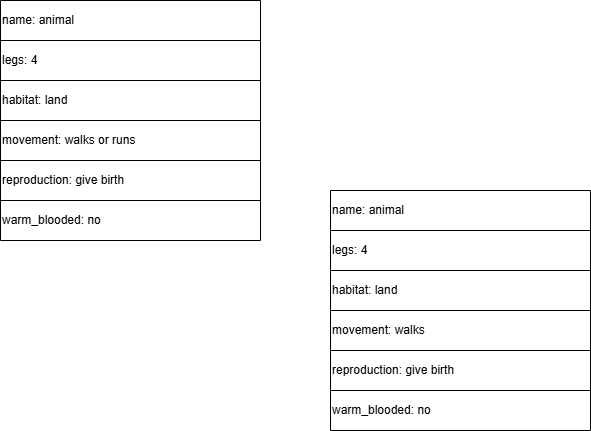
Above: Intelligent System/myFrame.drawio.png in another4433/another4433 (draw.io), before the change. Source tidied: cells renumbered, new cells last; positions are measured from the earlier drawing's top-left corner, leaving out a move shared by most shapes. Its diagram source:
```xml
<mxGraphModel>
  <root>
    <mxCell id="0" />
    <mxCell id="1" parent="0" />
    <mxCell id="2" style="shape=table;startSize=0;" parent="1" vertex="1">
      <mxGeometry width="260" height="240" as="geometry" />
    </mxCell>
    <mxCell id="3" style="shape=tableRow;horizontal=0;startSize=0;swimlaneHead=0;swimlaneBody=0;strokeColor=inherit;top=0;left=0;bottom=0;right=0;fillColor=none;points=[[0,0.5],[1,0.5]];portConstraint=eastwest;" parent="2" vertex="1">
      <mxGeometry width="260" height="40" as="geometry" />
    </mxCell>
    <mxCell id="4" value="name: animal" style="shape=partialRectangle;html=1;whiteSpace=wrap;strokeColor=inherit;overflow=hidden;fillColor=none;top=0;left=0;bottom=0;right=0;align=left;" parent="3" vertex="1">
      <mxGeometry width="260" height="40" as="geometry" />
    </mxCell>
    <mxCell id="5" style="shape=tableRow;horizontal=0;startSize=0;swimlaneHead=0;swimlaneBody=0;strokeColor=inherit;top=0;left=0;bottom=0;right=0;fillColor=none;" parent="2" vertex="1">
      <mxGeometry y="40" width="260" height="40" as="geometry" />
    </mxCell>
    <mxCell id="6" value="legs: 4" style="shape=partialRectangle;html=1;whiteSpace=wrap;strokeColor=inherit;overflow=hidden;fillColor=none;top=0;left=0;bottom=0;right=0;align=left;" parent="5" vertex="1">
      <mxGeometry width="260" height="40" as="geometry" />
    </mxCell>
    <mxCell id="7" style="shape=tableRow;horizontal=0;startSize=0;swimlaneHead=0;swimlaneBody=0;strokeColor=inherit;top=0;left=0;bottom=0;right=0;fillColor=none;" parent="2" vertex="1">
      <mxGeometry y="80" width="260" height="40" as="geometry" />
    </mxCell>
    <mxCell id="8" value="habitat: land" style="shape=partialRectangle;html=1;whiteSpace=wrap;strokeColor=inherit;overflow=hidden;fillColor=none;top=0;left=0;bottom=0;right=0;align=left;" parent="7" vertex="1">
      <mxGeometry width="260" height="40" as="geometry" />
    </mxCell>
    <mxCell id="9" style="shape=tableRow;horizontal=0;startSize=0;swimlaneHead=0;swimlaneBody=0;strokeColor=inherit;top=0;left=0;bottom=0;right=0;fillColor=none;" parent="2" vertex="1">
      <mxGeometry y="120" width="260" height="40" as="geometry" />
    </mxCell>
    <mxCell id="10" value="movement: walks or runs" style="shape=partialRectangle;html=1;whiteSpace=wrap;strokeColor=inherit;overflow=hidden;fillColor=none;top=0;left=0;bottom=0;right=0;align=left;" parent="9" vertex="1">
      <mxGeometry width="260" height="40" as="geometry" />
    </mxCell>
    <mxCell id="11" style="shape=tableRow;horizontal=0;startSize=0;swimlaneHead=0;swimlaneBody=0;strokeColor=inherit;top=0;left=0;bottom=0;right=0;fillColor=none;" parent="2" vertex="1">
      <mxGeometry y="160" width="260" height="40" as="geometry" />
    </mxCell>
    <mxCell id="12" value="reproduction: give birth" style="shape=partialRectangle;html=1;whiteSpace=wrap;strokeColor=inherit;overflow=hidden;fillColor=none;top=0;left=0;bottom=0;right=0;align=left;" parent="11" vertex="1">
      <mxGeometry width="260" height="40" as="geometry" />
    </mxCell>
    <mxCell id="13" style="shape=tableRow;horizontal=0;startSize=0;swimlaneHead=0;swimlaneBody=0;strokeColor=inherit;top=0;left=0;bottom=0;right=0;fillColor=none;" parent="2" vertex="1">
      <mxGeometry y="200" width="260" height="40" as="geometry" />
    </mxCell>
    <mxCell id="14" value="warm_blooded: no" style="shape=partialRectangle;html=1;whiteSpace=wrap;strokeColor=inherit;overflow=hidden;fillColor=none;top=0;left=0;bottom=0;right=0;align=left;" parent="13" vertex="1">
      <mxGeometry width="260" height="40" as="geometry" />
    </mxCell>
    <mxCell id="15" style="shape=table;startSize=0;" parent="1" vertex="1">
      <mxGeometry x="330" y="190" width="260" height="240" as="geometry" />
    </mxCell>
    <mxCell id="16" style="shape=tableRow;horizontal=0;startSize=0;swimlaneHead=0;swimlaneBody=0;strokeColor=inherit;top=0;left=0;bottom=0;right=0;fillColor=none;points=[[0,0.5],[1,0.5]];portConstraint=eastwest;" parent="15" vertex="1">
      <mxGeometry width="260" height="40" as="geometry" />
    </mxCell>
    <mxCell id="17" value="name: animal" style="shape=partialRectangle;html=1;whiteSpace=wrap;strokeColor=inherit;overflow=hidden;fillColor=none;top=0;left=0;bottom=0;right=0;align=left;" parent="16" vertex="1">
      <mxGeometry width="260" height="40" as="geometry" />
    </mxCell>
    <mxCell id="18" style="shape=tableRow;horizontal=0;startSize=0;swimlaneHead=0;swimlaneBody=0;strokeColor=inherit;top=0;left=0;bottom=0;right=0;fillColor=none;" parent="15" vertex="1">
      <mxGeometry y="40" width="260" height="40" as="geometry" />
    </mxCell>
    <mxCell id="19" value="legs: 4" style="shape=partialRectangle;html=1;whiteSpace=wrap;strokeColor=inherit;overflow=hidden;fillColor=none;top=0;left=0;bottom=0;right=0;align=left;" parent="18" vertex="1">
      <mxGeometry width="260" height="40" as="geometry" />
    </mxCell>
    <mxCell id="20" style="shape=tableRow;horizontal=0;startSize=0;swimlaneHead=0;swimlaneBody=0;strokeColor=inherit;top=0;left=0;bottom=0;right=0;fillColor=none;" parent="15" vertex="1">
      <mxGeometry y="80" width="260" height="40" as="geometry" />
    </mxCell>
    <mxCell id="21" value="habitat: land" style="shape=partialRectangle;html=1;whiteSpace=wrap;strokeColor=inherit;overflow=hidden;fillColor=none;top=0;left=0;bottom=0;right=0;align=left;" parent="20" vertex="1">
      <mxGeometry width="260" height="40" as="geometry" />
    </mxCell>
    <mxCell id="22" style="shape=tableRow;horizontal=0;startSize=0;swimlaneHead=0;swimlaneBody=0;strokeColor=inherit;top=0;left=0;bottom=0;right=0;fillColor=none;" parent="15" vertex="1">
      <mxGeometry y="120" width="260" height="40" as="geometry" />
    </mxCell>
    <mxCell id="23" value="movement: walks" style="shape=partialRectangle;html=1;whiteSpace=wrap;strokeColor=inherit;overflow=hidden;fillColor=none;top=0;left=0;bottom=0;right=0;align=left;" parent="22" vertex="1">
      <mxGeometry width="260" height="40" as="geometry" />
    </mxCell>
    <mxCell id="24" style="shape=tableRow;horizontal=0;startSize=0;swimlaneHead=0;swimlaneBody=0;strokeColor=inherit;top=0;left=0;bottom=0;right=0;fillColor=none;" parent="15" vertex="1">
      <mxGeometry y="160" width="260" height="40" as="geometry" />
    </mxCell>
    <mxCell id="25" value="reproduction: give birth" style="shape=partialRectangle;html=1;whiteSpace=wrap;strokeColor=inherit;overflow=hidden;fillColor=none;top=0;left=0;bottom=0;right=0;align=left;" parent="24" vertex="1">
      <mxGeometry width="260" height="40" as="geometry" />
    </mxCell>
    <mxCell id="26" style="shape=tableRow;horizontal=0;startSize=0;swimlaneHead=0;swimlaneBody=0;strokeColor=inherit;top=0;left=0;bottom=0;right=0;fillColor=none;" parent="15" vertex="1">
      <mxGeometry y="200" width="260" height="40" as="geometry" />
    </mxCell>
    <mxCell id="27" value="warm_blooded: no" style="shape=partialRectangle;html=1;whiteSpace=wrap;strokeColor=inherit;overflow=hidden;fillColor=none;top=0;left=0;bottom=0;right=0;align=left;" parent="26" vertex="1">
      <mxGeometry width="260" height="40" as="geometry" />
    </mxCell>
  </root>
</mxGraphModel>
```
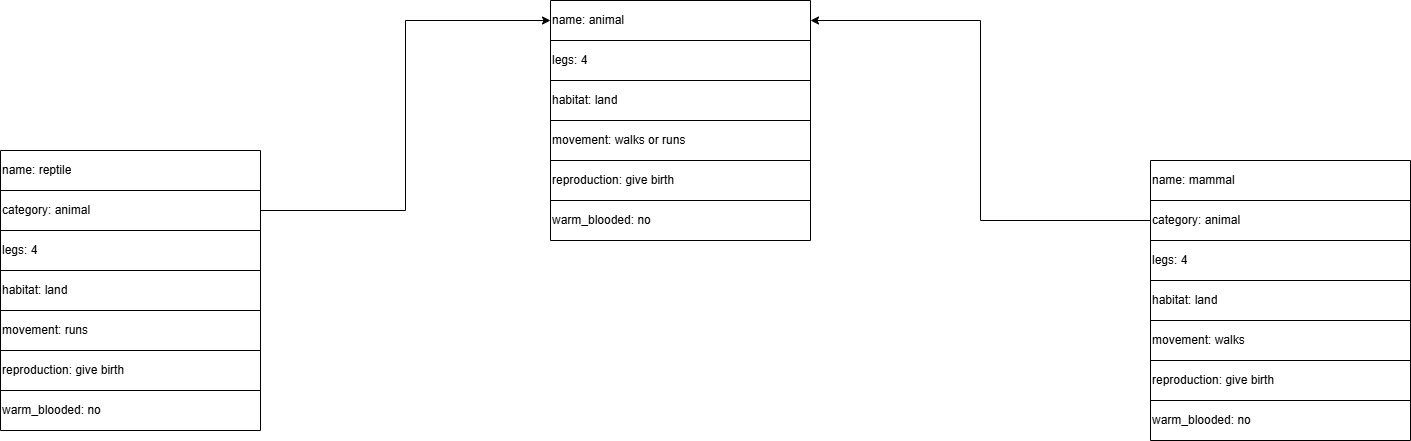
The same file after the commit.

Diff of the diagram source:
```diff
@@ -42,43 +42,100 @@
       <mxGeometry width="260" height="40" as="geometry" />
     </mxCell>
     <mxCell id="15" style="shape=table;startSize=0;" parent="1" vertex="1">
-      <mxGeometry x="330" y="190" width="260" height="240" as="geometry" />
+      <mxGeometry x="600" y="160" width="260" height="280" as="geometry" />
     </mxCell>
+    <mxCell id="28" style="shape=tableRow;horizontal=0;startSize=0;swimlaneHead=0;swimlaneBody=0;strokeColor=inherit;top=0;left=0;bottom=0;right=0;fillColor=none;" parent="15" vertex="1">
+      <mxGeometry width="260" height="40" as="geometry" />
+    </mxCell>
+    <mxCell id="29" value="name: mammal" style="shape=partialRectangle;html=1;whiteSpace=wrap;strokeColor=inherit;overflow=hidden;fillColor=none;top=0;left=0;bottom=0;right=0;align=left;" parent="28" vertex="1">
+      <mxGeometry width="260" height="40" as="geometry" />
+    </mxCell>
     <mxCell id="16" style="shape=tableRow;horizontal=0;startSize=0;swimlaneHead=0;swimlaneBody=0;strokeColor=inherit;top=0;left=0;bottom=0;right=0;fillColor=none;points=[[0,0.5],[1,0.5]];portConstraint=eastwest;" parent="15" vertex="1">
-      <mxGeometry width="260" height="40" as="geometry" />
+      <mxGeometry y="40" width="260" height="40" as="geometry" />
     </mxCell>
-    <mxCell id="17" value="name: animal" style="shape=partialRectangle;html=1;whiteSpace=wrap;strokeColor=inherit;overflow=hidden;fillColor=none;top=0;left=0;bottom=0;right=0;align=left;" parent="16" vertex="1">
+    <mxCell id="17" value="category: animal" style="shape=partialRectangle;html=1;whiteSpace=wrap;strokeColor=inherit;overflow=hidden;fillColor=none;top=0;left=0;bottom=0;right=0;align=left;" parent="16" vertex="1">
       <mxGeometry width="260" height="40" as="geometry" />
     </mxCell>
     <mxCell id="18" style="shape=tableRow;horizontal=0;startSize=0;swimlaneHead=0;swimlaneBody=0;strokeColor=inherit;top=0;left=0;bottom=0;right=0;fillColor=none;" parent="15" vertex="1">
-      <mxGeometry y="40" width="260" height="40" as="geometry" />
+      <mxGeometry y="80" width="260" height="40" as="geometry" />
     </mxCell>
     <mxCell id="19" value="legs: 4" style="shape=partialRectangle;html=1;whiteSpace=wrap;strokeColor=inherit;overflow=hidden;fillColor=none;top=0;left=0;bottom=0;right=0;align=left;" parent="18" vertex="1">
       <mxGeometry width="260" height="40" as="geometry" />
     </mxCell>
     <mxCell id="20" style="shape=tableRow;horizontal=0;startSize=0;swimlaneHead=0;swimlaneBody=0;strokeColor=inherit;top=0;left=0;bottom=0;right=0;fillColor=none;" parent="15" vertex="1">
-      <mxGeometry y="80" width="260" height="40" as="geometry" />
+      <mxGeometry y="120" width="260" height="40" as="geometry" />
     </mxCell>
     <mxCell id="21" value="habitat: land" style="shape=partialRectangle;html=1;whiteSpace=wrap;strokeColor=inherit;overflow=hidden;fillColor=none;top=0;left=0;bottom=0;right=0;align=left;" parent="20" vertex="1">
       <mxGeometry width="260" height="40" as="geometry" />
     </mxCell>
     <mxCell id="22" style="shape=tableRow;horizontal=0;startSize=0;swimlaneHead=0;swimlaneBody=0;strokeColor=inherit;top=0;left=0;bottom=0;right=0;fillColor=none;" parent="15" vertex="1">
-      <mxGeometry y="120" width="260" height="40" as="geometry" />
+      <mxGeometry y="160" width="260" height="40" as="geometry" />
     </mxCell>
     <mxCell id="23" value="movement: walks" style="shape=partialRectangle;html=1;whiteSpace=wrap;strokeColor=inherit;overflow=hidden;fillColor=none;top=0;left=0;bottom=0;right=0;align=left;" parent="22" vertex="1">
       <mxGeometry width="260" height="40" as="geometry" />
     </mxCell>
     <mxCell id="24" style="shape=tableRow;horizontal=0;startSize=0;swimlaneHead=0;swimlaneBody=0;strokeColor=inherit;top=0;left=0;bottom=0;right=0;fillColor=none;" parent="15" vertex="1">
-      <mxGeometry y="160" width="260" height="40" as="geometry" />
+      <mxGeometry y="200" width="260" height="40" as="geometry" />
     </mxCell>
     <mxCell id="25" value="reproduction: give birth" style="shape=partialRectangle;html=1;whiteSpace=wrap;strokeColor=inherit;overflow=hidden;fillColor=none;top=0;left=0;bottom=0;right=0;align=left;" parent="24" vertex="1">
       <mxGeometry width="260" height="40" as="geometry" />
     </mxCell>
     <mxCell id="26" style="shape=tableRow;horizontal=0;startSize=0;swimlaneHead=0;swimlaneBody=0;strokeColor=inherit;top=0;left=0;bottom=0;right=0;fillColor=none;" parent="15" vertex="1">
-      <mxGeometry y="200" width="260" height="40" as="geometry" />
+      <mxGeometry y="240" width="260" height="40" as="geometry" />
     </mxCell>
     <mxCell id="27" value="warm_blooded: no" style="shape=partialRectangle;html=1;whiteSpace=wrap;strokeColor=inherit;overflow=hidden;fillColor=none;top=0;left=0;bottom=0;right=0;align=left;" parent="26" vertex="1">
       <mxGeometry width="260" height="40" as="geometry" />
     </mxCell>
+    <mxCell id="30" style="edgeStyle=orthogonalEdgeStyle;rounded=0;jettySize=auto;html=1;entryX=1;entryY=0.5;entryDx=0;entryDy=0;" parent="1" edge="1" source="16" target="3">
+      <mxGeometry relative="1" as="geometry" />
+    </mxCell>
+    <mxCell id="31" style="shape=table;startSize=0;" parent="1" vertex="1">
+      <mxGeometry x="-550" y="150" width="260" height="280" as="geometry" />
+    </mxCell>
+    <mxCell id="32" style="shape=tableRow;horizontal=0;startSize=0;swimlaneHead=0;swimlaneBody=0;strokeColor=inherit;top=0;left=0;bottom=0;right=0;fillColor=none;" parent="31" vertex="1">
+      <mxGeometry width="260" height="40" as="geometry" />
+    </mxCell>
+    <mxCell id="33" value="name: reptile" style="shape=partialRectangle;html=1;whiteSpace=wrap;strokeColor=inherit;overflow=hidden;fillColor=none;top=0;left=0;bottom=0;right=0;align=left;" parent="32" vertex="1">
+      <mxGeometry width="260" height="40" as="geometry" />
+    </mxCell>
+    <mxCell id="34" style="shape=tableRow;horizontal=0;startSize=0;swimlaneHead=0;swimlaneBody=0;strokeColor=inherit;top=0;left=0;bottom=0;right=0;fillColor=none;points=[[0,0.5],[1,0.5]];portConstraint=eastwest;" parent="31" vertex="1">
+      <mxGeometry y="40" width="260" height="40" as="geometry" />
+    </mxCell>
+    <mxCell id="35" value="category: animal" style="shape=partialRectangle;html=1;whiteSpace=wrap;strokeColor=inherit;overflow=hidden;fillColor=none;top=0;left=0;bottom=0;right=0;align=left;" parent="34" vertex="1">
+      <mxGeometry width="260" height="40" as="geometry" />
+    </mxCell>
+    <mxCell id="36" style="shape=tableRow;horizontal=0;startSize=0;swimlaneHead=0;swimlaneBody=0;strokeColor=inherit;top=0;left=0;bottom=0;right=0;fillColor=none;" parent="31" vertex="1">
+      <mxGeometry y="80" width="260" height="40" as="geometry" />
+    </mxCell>
+    <mxCell id="37" value="legs: 4" style="shape=partialRectangle;html=1;whiteSpace=wrap;strokeColor=inherit;overflow=hidden;fillColor=none;top=0;left=0;bottom=0;right=0;align=left;" parent="36" vertex="1">
+      <mxGeometry width="260" height="40" as="geometry" />
+    </mxCell>
+    <mxCell id="38" style="shape=tableRow;horizontal=0;startSize=0;swimlaneHead=0;swimlaneBody=0;strokeColor=inherit;top=0;left=0;bottom=0;right=0;fillColor=none;" parent="31" vertex="1">
+      <mxGeometry y="120" width="260" height="40" as="geometry" />
+    </mxCell>
+    <mxCell id="39" value="habitat: land" style="shape=partialRectangle;html=1;whiteSpace=wrap;strokeColor=inherit;overflow=hidden;fillColor=none;top=0;left=0;bottom=0;right=0;align=left;" parent="38" vertex="1">
+      <mxGeometry width="260" height="40" as="geometry" />
+    </mxCell>
+    <mxCell id="40" style="shape=tableRow;horizontal=0;startSize=0;swimlaneHead=0;swimlaneBody=0;strokeColor=inherit;top=0;left=0;bottom=0;right=0;fillColor=none;" parent="31" vertex="1">
+      <mxGeometry y="160" width="260" height="40" as="geometry" />
+    </mxCell>
+    <mxCell id="41" value="movement: runs" style="shape=partialRectangle;html=1;whiteSpace=wrap;strokeColor=inherit;overflow=hidden;fillColor=none;top=0;left=0;bottom=0;right=0;align=left;" parent="40" vertex="1">
+      <mxGeometry width="260" height="40" as="geometry" />
+    </mxCell>
+    <mxCell id="42" style="shape=tableRow;horizontal=0;startSize=0;swimlaneHead=0;swimlaneBody=0;strokeColor=inherit;top=0;left=0;bottom=0;right=0;fillColor=none;" parent="31" vertex="1">
+      <mxGeometry y="200" width="260" height="40" as="geometry" />
+    </mxCell>
+    <mxCell id="43" value="reproduction: give birth" style="shape=partialRectangle;html=1;whiteSpace=wrap;strokeColor=inherit;overflow=hidden;fillColor=none;top=0;left=0;bottom=0;right=0;align=left;" parent="42" vertex="1">
+      <mxGeometry width="260" height="40" as="geometry" />
+    </mxCell>
+    <mxCell id="44" style="shape=tableRow;horizontal=0;startSize=0;swimlaneHead=0;swimlaneBody=0;strokeColor=inherit;top=0;left=0;bottom=0;right=0;fillColor=none;" parent="31" vertex="1">
+      <mxGeometry y="240" width="260" height="40" as="geometry" />
+    </mxCell>
+    <mxCell id="45" value="warm_blooded: no" style="shape=partialRectangle;html=1;whiteSpace=wrap;strokeColor=inherit;overflow=hidden;fillColor=none;top=0;left=0;bottom=0;right=0;align=left;" parent="44" vertex="1">
+      <mxGeometry width="260" height="40" as="geometry" />
+    </mxCell>
+    <mxCell id="46" style="edgeStyle=orthogonalEdgeStyle;rounded=0;jettySize=auto;html=1;entryX=0;entryY=0.5;entryDx=0;entryDy=0;" parent="1" edge="1" source="34" target="3">
+      <mxGeometry relative="1" as="geometry" />
+    </mxCell>
   </root>
 </mxGraphModel>
```
